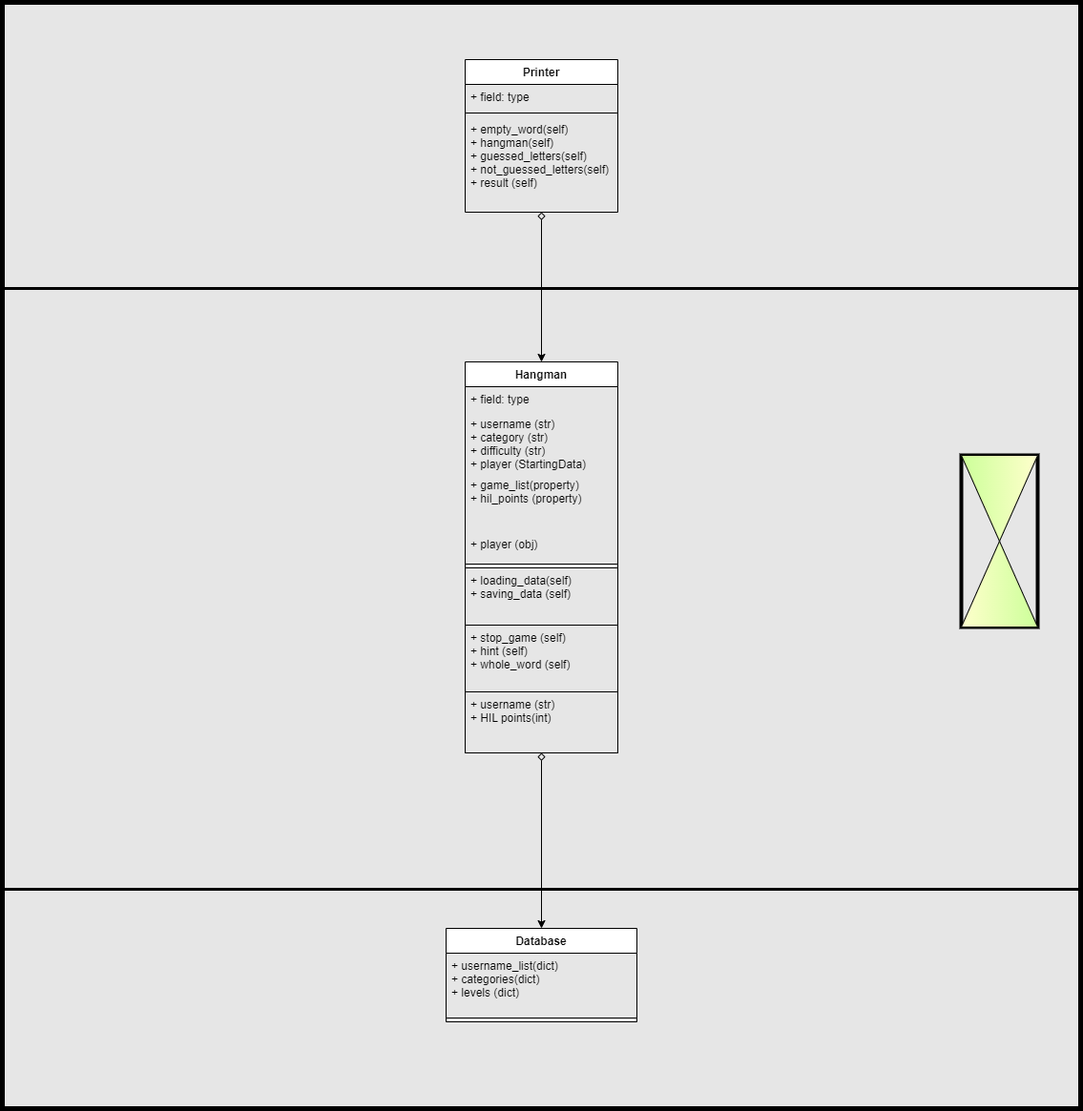
The draw.io diagram hangman/images/hangman_class_diagram.png in jordrag/Exercises, before a commit. Source tidied: cells renumbered, new cells last; positions are measured from the earlier drawing's top-left corner, leaving out a move shared by most shapes.
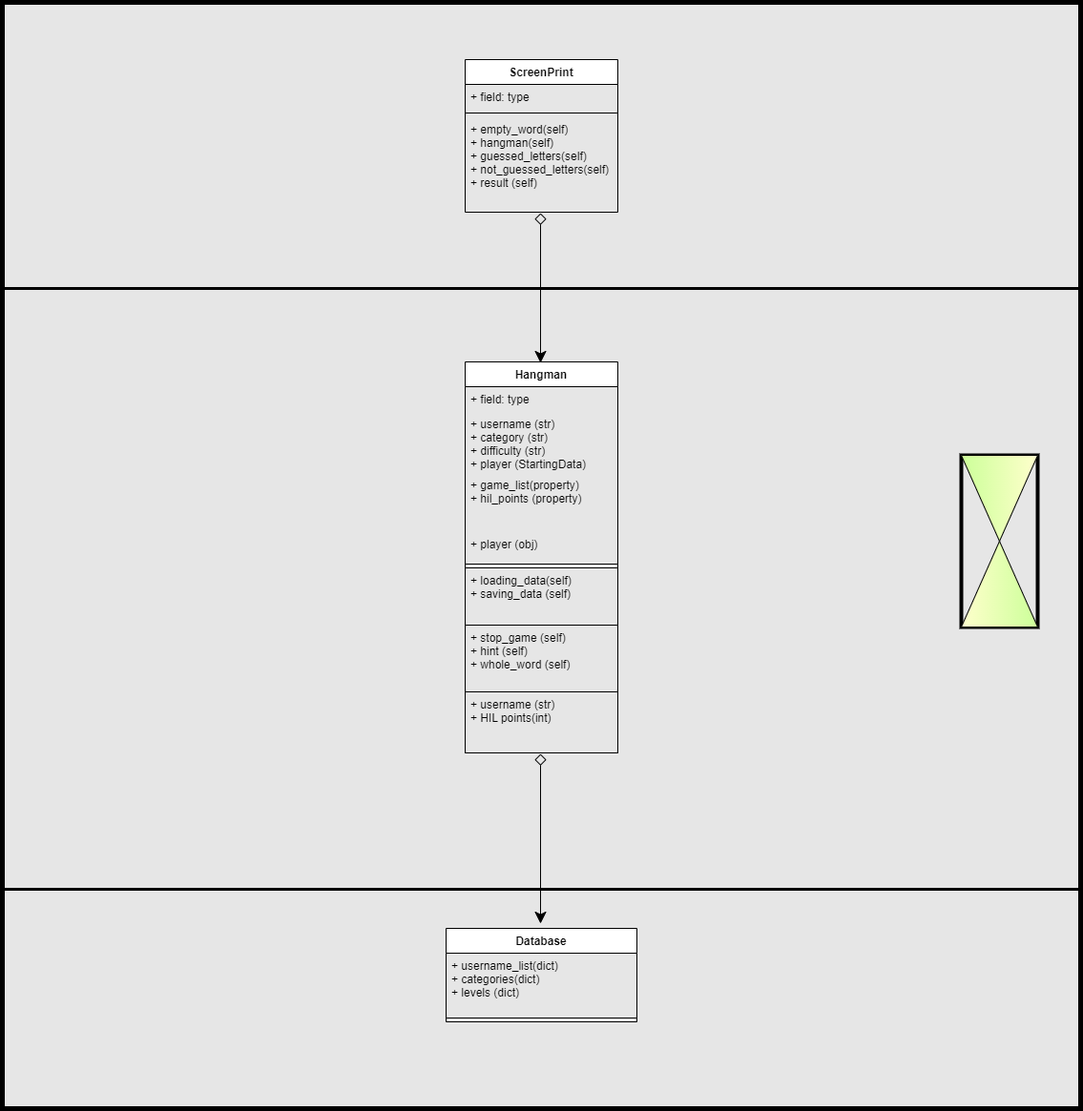
Later version of the same file.

Change to the diagram source:
```diff
@@ -8,10 +8,13 @@
     <mxCell id="3" style="rounded=0;whiteSpace=wrap;html=1;strokeWidth=3;fillColor=none;" parent="2" vertex="1">
       <mxGeometry y="300" width="1130" height="630" as="geometry" />
     </mxCell>
-    <mxCell id="4" style="edgeStyle=orthogonalEdgeStyle;rounded=0;jettySize=auto;html=1;entryX=0.5;entryY=0;entryDx=0;entryDy=0;startArrow=diamond;startFill=0;" parent="2" edge="1" source="5" target="13">
-      <mxGeometry relative="1" as="geometry" />
+    <mxCell id="4" style="edgeStyle=orthogonalEdgeStyle;rounded=0;orthogonalLoop=1;jettySize=auto;html=1;entryX=0.5;entryY=0;entryDx=0;entryDy=0;startArrow=diamond;startFill=0;targetPerimeterSpacing=10;endSize=10;sourcePerimeterSpacing=10;startSize=10;" parent="2" edge="1">
+      <mxGeometry relative="1" as="geometry">
+        <mxPoint x="564" y="221" as="sourcePoint" />
+        <mxPoint x="564" y="378" as="targetPoint" />
+      </mxGeometry>
     </mxCell>
-    <mxCell id="5" value="Printer" style="swimlane;fontStyle=1;align=center;verticalAlign=top;horizontal=1;startSize=26;" parent="2" vertex="1">
+    <mxCell id="5" value="ScreenPrint" style="swimlane;fontStyle=1;align=center;verticalAlign=top;horizontal=1;startSize=26;" parent="2" vertex="1">
       <mxGeometry x="485" y="60" width="160" height="160" as="geometry" />
     </mxCell>
     <mxCell id="6" value="+ field: type" style="text;strokeColor=none;fillColor=none;align=left;verticalAlign=top;spacingLeft=4;spacingRight=4;overflow=hidden;" parent="5" vertex="1">
@@ -32,8 +35,11 @@
     <mxCell id="11" style="triangle;whiteSpace=wrap;html=1;rotation=90;direction=west;gradientColor=#CCFF99;strokeColor=#000000;fillColor=#FFFFCC;" parent="9" vertex="1">
       <mxGeometry x="-5" y="95" width="90" height="80" as="geometry" />
     </mxCell>
-    <mxCell id="12" style="edgeStyle=orthogonalEdgeStyle;rounded=0;jettySize=auto;html=1;startArrow=diamond;startFill=0;" parent="2" edge="1" source="13" target="22">
-      <mxGeometry relative="1" as="geometry" />
+    <mxCell id="12" style="edgeStyle=orthogonalEdgeStyle;rounded=0;orthogonalLoop=1;jettySize=auto;html=1;startArrow=diamond;startFill=0;targetPerimeterSpacing=10;endSize=10;sourcePerimeterSpacing=10;startSize=10;" parent="2" edge="1">
+      <mxGeometry relative="1" as="geometry">
+        <mxPoint x="564" y="788" as="sourcePoint" />
+        <mxPoint x="564" y="966" as="targetPoint" />
+      </mxGeometry>
     </mxCell>
     <mxCell id="13" value="Hangman" style="swimlane;fontStyle=1;align=center;verticalAlign=top;horizontal=1;startSize=26;" parent="2" vertex="1">
       <mxGeometry x="485" y="377" width="160" height="410" as="geometry" />
```
